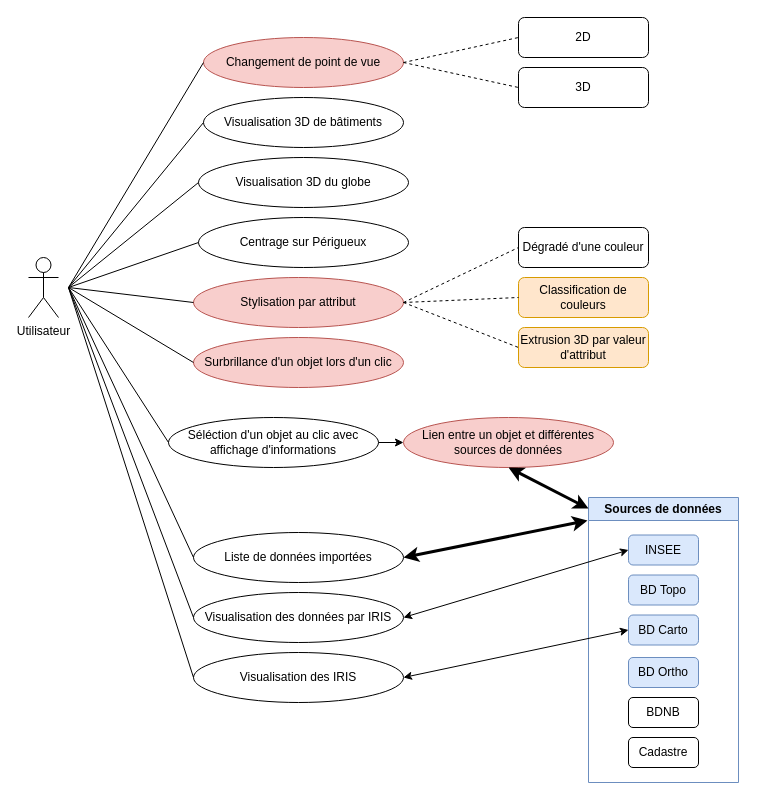
EnzoVenon/Gemini_numeriques keeps this draw.io diagram as Use_case.drawio. Above is the earlier version. Source tidied: cells renumbered, new cells numbered last; positions are measured from the earlier drawing's top-left corner, leaving out a move shared by most shapes. Both pictures are drawn from the tidied source at 100%, with x=0, y=0 at pixel (28, 17).
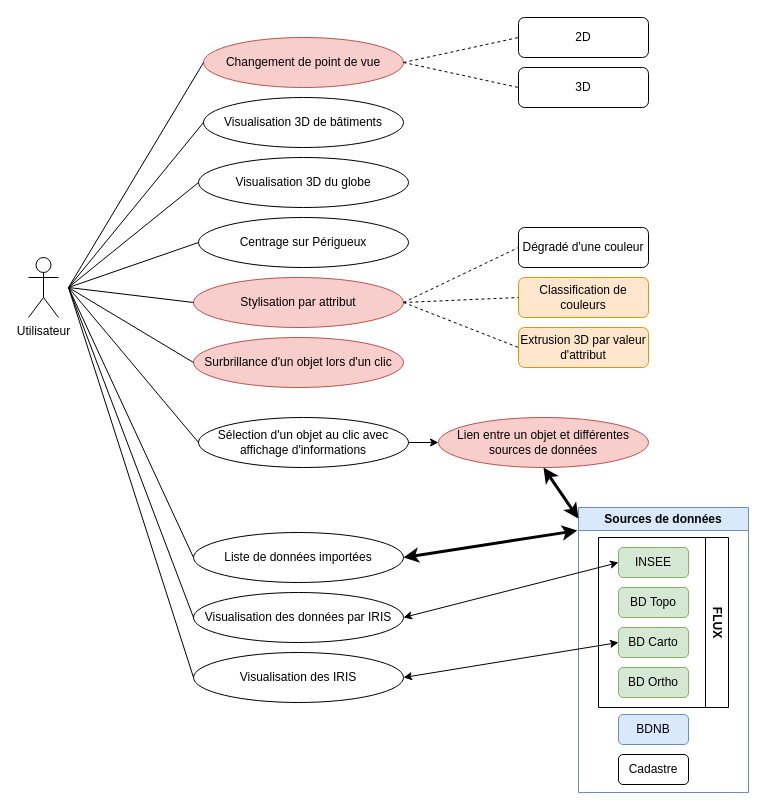
The same diagram, later.

Commit message:
Corrections orthographe et organisation

Change to the diagram source:
```diff
@@
-    <mxCell id="3" value="Séléction d'un objet au clic avec affichage d'informations" style="ellipse;whiteSpace=wrap;html=1;" parent="1" vertex="1">
-      <mxGeometry x="140" y="400" width="210" height="50" as="geometry" />
+    <mxCell id="3" value="Sélection d'un objet au clic avec affichage d'informations" style="ellipse;whiteSpace=wrap;html=1;" parent="1" vertex="1">
+      <mxGeometry x="170" y="400" width="210" height="50" as="geometry" />
     </mxCell>
@@
     <mxCell id="16" value="Sources de données" style="swimlane;whiteSpace=wrap;html=1;fillColor=#dae8fc;strokeColor=#6c8ebf;" parent="1" vertex="1">
-      <mxGeometry x="560" y="480" width="150" height="285" as="geometry" />
+      <mxGeometry x="550" y="490" width="170" height="285" as="geometry" />
     </mxCell>
+    <mxCell id="21" value="BDNB" style="rounded=1;whiteSpace=wrap;html=1;fillColor=#dae8fc;strokeColor=#6c8ebf;" parent="16" vertex="1">
+      <mxGeometry x="40" y="207" width="70" height="30" as="geometry" />
+    </mxCell>
+    <mxCell id="22" value="Cadastre" style="rounded=1;whiteSpace=wrap;html=1;" parent="16" vertex="1">
+      <mxGeometry x="40" y="247" width="70" height="30" as="geometry" />
+    </mxCell>
+    <mxCell id="46" value="&lt;div&gt;FLUX&lt;/div&gt;" style="swimlane;horizontal=0;whiteSpace=wrap;html=1;rotation=-180;" parent="16" vertex="1">
+      <mxGeometry x="20" y="30" width="130" height="170" as="geometry" />
+    </mxCell>
-    <mxCell id="17" value="INSEE" style="rounded=1;whiteSpace=wrap;html=1;fillColor=#dae8fc;strokeColor=#6c8ebf;" parent="16" vertex="1">
-      <mxGeometry x="40" y="37.5" width="70" height="30" as="geometry" />
+    <mxCell id="17" value="INSEE" style="rounded=1;whiteSpace=wrap;html=1;fillColor=#d5e8d4;strokeColor=#82b366;" parent="16" vertex="1">
+      <mxGeometry x="40" y="40" width="70" height="30" as="geometry" />
     </mxCell>
-    <mxCell id="18" value="BD Topo" style="rounded=1;whiteSpace=wrap;html=1;fillColor=#dae8fc;strokeColor=#6c8ebf;" parent="16" vertex="1">
-      <mxGeometry x="40" y="77.5" width="70" height="30" as="geometry" />
+    <mxCell id="18" value="BD Topo" style="rounded=1;whiteSpace=wrap;html=1;fillColor=#d5e8d4;strokeColor=#82b366;" parent="16" vertex="1">
+      <mxGeometry x="40" y="80" width="70" height="30" as="geometry" />
     </mxCell>
-    <mxCell id="19" value="BD Carto" style="rounded=1;whiteSpace=wrap;html=1;fillColor=#dae8fc;strokeColor=#6c8ebf;" parent="16" vertex="1">
-      <mxGeometry x="40" y="117.5" width="70" height="30" as="geometry" />
+    <mxCell id="19" value="BD Carto" style="rounded=1;whiteSpace=wrap;html=1;fillColor=#d5e8d4;strokeColor=#82b366;" parent="16" vertex="1">
+      <mxGeometry x="40" y="120" width="70" height="30" as="geometry" />
     </mxCell>
-    <mxCell id="20" value="BD Ortho" style="rounded=1;whiteSpace=wrap;html=1;fillColor=#dae8fc;strokeColor=#6c8ebf;" parent="16" vertex="1">
+    <mxCell id="20" value="BD Ortho" style="rounded=1;whiteSpace=wrap;html=1;fillColor=#d5e8d4;strokeColor=#82b366;" parent="16" vertex="1">
       <mxGeometry x="40" y="160" width="70" height="30" as="geometry" />
     </mxCell>
-    <mxCell id="21" value="BDNB" style="rounded=1;whiteSpace=wrap;html=1;" parent="16" vertex="1">
-      <mxGeometry x="40" y="200" width="70" height="30" as="geometry" />
-    </mxCell>
-    <mxCell id="22" value="Cadastre" style="rounded=1;whiteSpace=wrap;html=1;" parent="16" vertex="1">
-      <mxGeometry x="40" y="240" width="70" height="30" as="geometry" />
-    </mxCell>
@@
     <mxCell id="35" value="Lien entre un objet et différentes sources de données " style="ellipse;whiteSpace=wrap;html=1;fillColor=#f8cecc;strokeColor=#b85450;" parent="1" vertex="1">
-      <mxGeometry x="375" y="400" width="210" height="50" as="geometry" />
+      <mxGeometry x="410" y="400" width="210" height="50" as="geometry" />
     </mxCell>
```
